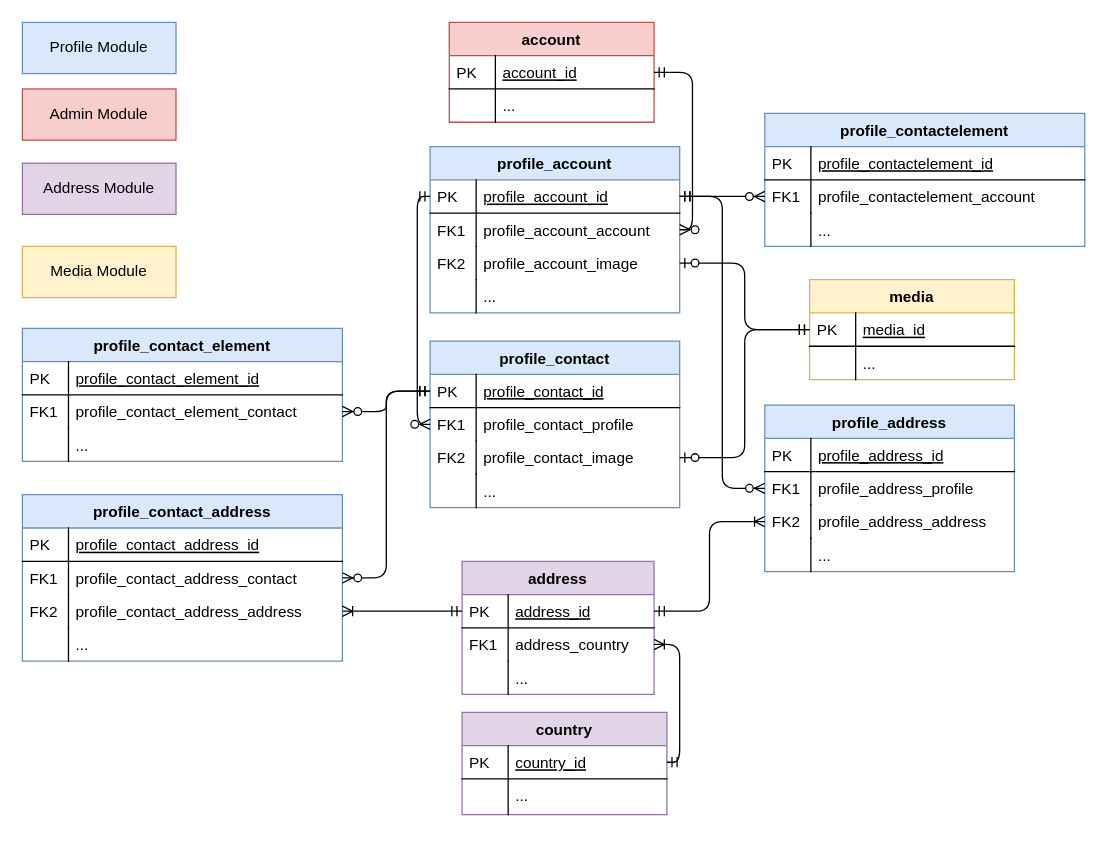
Karaka-Management/Assets keeps this draw.io diagram as page "profile" (3 of 8) of app/UML.drawio. Above is the earlier version. Source tidied: cells renumbered, new cells numbered last; positions are measured from the earlier drawing's top-left corner, leaving out a move shared by most shapes. Both pictures are drawn from the tidied source at 128%, with x=0, y=0 at pixel (22, 22).
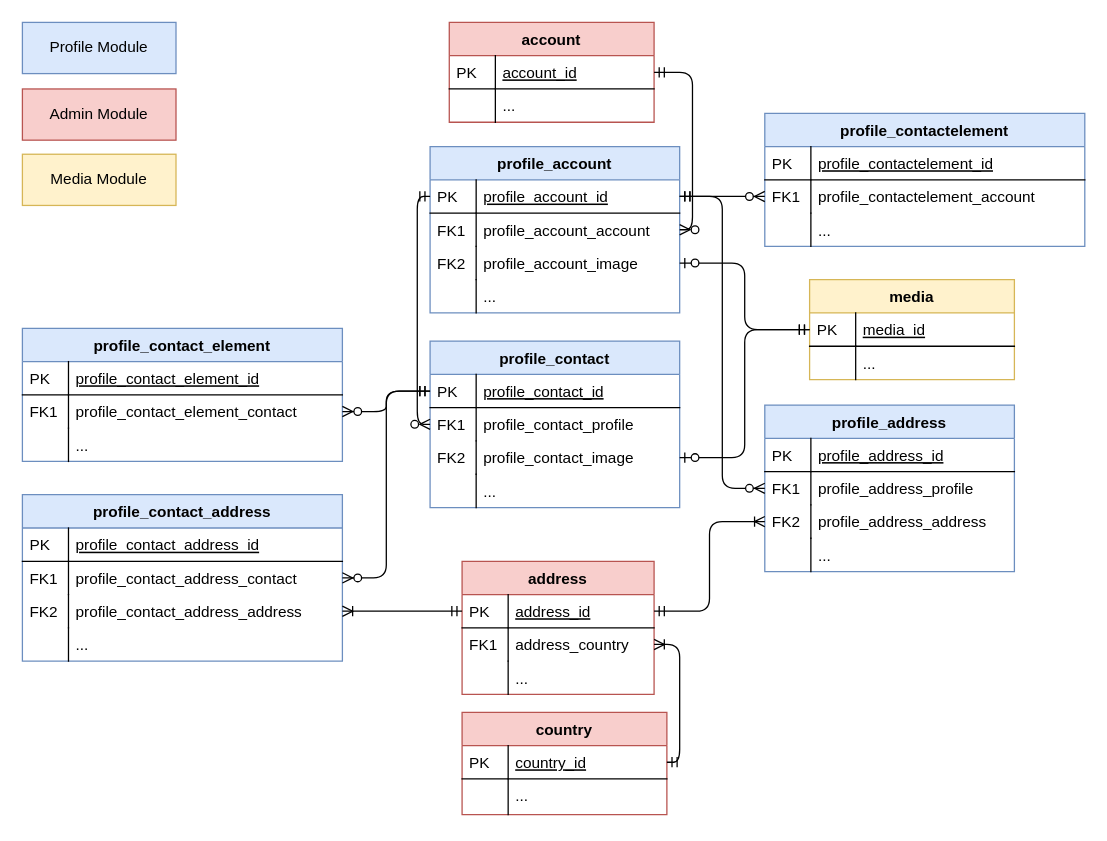
Above is the later version.

Diff of the diagram source:
```diff
@@
-    <mxCell id="48" value="country" style="swimlane;fontStyle=1;horizontal=1;startSize=26;rounded=0;shadow=0;strokeWidth=1;fillColor=#e1d5e7;strokeColor=#9673a6;labelBackgroundColor=none;" parent="1" vertex="1">
+    <mxCell id="48" value="country" style="swimlane;fontStyle=1;horizontal=1;startSize=26;rounded=0;shadow=0;strokeWidth=1;fillColor=#f8cecc;strokeColor=#b85450;labelBackgroundColor=none;" parent="1" vertex="1">
       <mxGeometry x="343.5" y="539" width="160" height="80" as="geometry" />
     </mxCell>
@@
-    <mxCell id="53" value="address" style="swimlane;fontStyle=1;horizontal=1;startSize=26;rounded=0;shadow=0;strokeWidth=1;fillColor=#e1d5e7;strokeColor=#9673a6;" parent="1" vertex="1">
+    <mxCell id="53" value="address" style="swimlane;fontStyle=1;horizontal=1;startSize=26;rounded=0;shadow=0;strokeWidth=1;fillColor=#f8cecc;strokeColor=#b85450;" parent="1" vertex="1">
       <mxGeometry x="343.5" y="421" width="150" height="104" as="geometry" />
     </mxCell>
@@
-    <mxCell id="63" value="Address Module" style="rounded=0;whiteSpace=wrap;html=1;fillColor=#e1d5e7;strokeColor=#9673a6;" parent="1" vertex="1">
-      <mxGeometry y="110" width="120" height="40" as="geometry" />
-    </mxCell>
@@
     <mxCell id="87" value="Media Module" style="rounded=0;whiteSpace=wrap;html=1;fillColor=#fff2cc;strokeColor=#d6b656;" parent="1" vertex="1">
-      <mxGeometry y="175" width="120" height="40" as="geometry" />
+      <mxGeometry y="103" width="120" height="40" as="geometry" />
     </mxCell>
```
